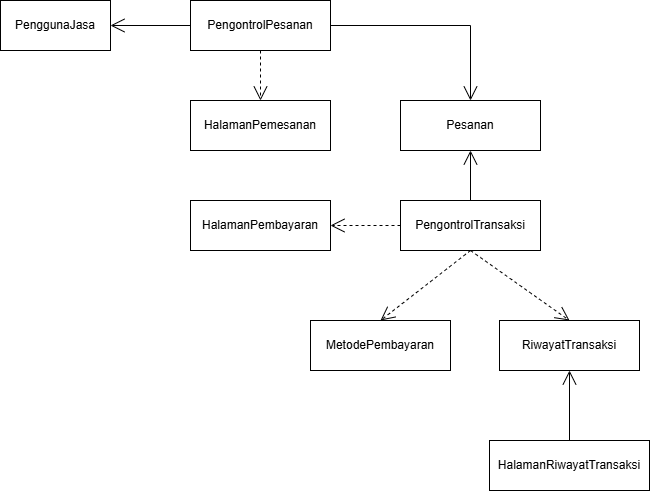
The draw.io diagram docs/M4/assets/diagram/UC09.png in EdwTorch/IF2150-RPL-K01-G03, before a commit. Source tidied: cells renumbered, new cells last; positions are measured from the earlier drawing's top-left corner, leaving out a move shared by most shapes. Source of this version:
```xml
<mxGraphModel>
  <root>
    <mxCell id="0" />
    <mxCell id="1" parent="0" />
    <mxCell id="2" value="PenggunaJasa" style="html=1;whiteSpace=wrap;" parent="1" vertex="1">
      <mxGeometry width="110" height="50" as="geometry" />
    </mxCell>
    <mxCell id="3" value="HalamanPemesanan" style="html=1;whiteSpace=wrap;" parent="1" vertex="1">
      <mxGeometry x="190" y="100" width="140" height="50" as="geometry" />
    </mxCell>
    <mxCell id="4" value="HalamanPembayaran" style="html=1;whiteSpace=wrap;" parent="1" vertex="1">
      <mxGeometry x="190" y="200" width="140" height="50" as="geometry" />
    </mxCell>
    <mxCell id="5" value="PengontrolPesanan" style="html=1;whiteSpace=wrap;" parent="1" vertex="1">
      <mxGeometry x="190" width="140" height="50" as="geometry" />
    </mxCell>
    <mxCell id="6" value="Pesanan" style="html=1;whiteSpace=wrap;" parent="1" vertex="1">
      <mxGeometry x="400" y="100" width="140" height="50" as="geometry" />
    </mxCell>
    <mxCell id="7" value="MetodePembayaran" style="html=1;whiteSpace=wrap;" parent="1" vertex="1">
      <mxGeometry x="310" y="320" width="140" height="50" as="geometry" />
    </mxCell>
    <mxCell id="8" value="RiwayatTransaksi" style="html=1;whiteSpace=wrap;" parent="1" vertex="1">
      <mxGeometry x="499" y="320" width="140" height="50" as="geometry" />
    </mxCell>
    <mxCell id="9" value="HalamanRiwayatTransaksi" style="html=1;whiteSpace=wrap;" parent="1" vertex="1">
      <mxGeometry x="489" y="440" width="160" height="50" as="geometry" />
    </mxCell>
    <mxCell id="10" value="PengontrolTransaksi" style="html=1;whiteSpace=wrap;" parent="1" vertex="1">
      <mxGeometry x="400" y="200" width="140" height="50" as="geometry" />
    </mxCell>
    <mxCell id="11" style="endArrow=open;endFill=1;endSize=12;html=1;rounded=0;exitX=1;exitY=0.5;exitDx=0;exitDy=0;entryX=0.5;entryY=0;entryDx=0;entryDy=0;" parent="1" edge="1" source="5" target="6">
      <mxGeometry relative="1" as="geometry">
        <Array as="points">
          <mxPoint x="470" y="25" />
        </Array>
      </mxGeometry>
    </mxCell>
    <mxCell id="12" style="endArrow=open;endFill=1;endSize=12;html=1;rounded=0;entryX=0.5;entryY=1;entryDx=0;entryDy=0;exitX=0.5;exitY=0;exitDx=0;exitDy=0;" parent="1" edge="1" source="10" target="6">
      <mxGeometry relative="1" as="geometry" />
    </mxCell>
    <mxCell id="13" style="endArrow=open;endFill=1;endSize=12;html=1;rounded=0;entryX=0.5;entryY=1;entryDx=0;entryDy=0;exitX=0.5;exitY=0;exitDx=0;exitDy=0;" parent="1" edge="1" source="9" target="8">
      <mxGeometry relative="1" as="geometry" />
    </mxCell>
    <mxCell id="14" style="endArrow=open;endSize=12;dashed=1;html=1;rounded=0;entryX=0.5;entryY=0;entryDx=0;entryDy=0;exitX=0.5;exitY=1;exitDx=0;exitDy=0;" parent="1" edge="1" source="10" target="7">
      <mxGeometry relative="1" as="geometry" />
    </mxCell>
    <mxCell id="15" style="endArrow=open;endSize=12;dashed=1;html=1;rounded=0;entryX=0.5;entryY=0;entryDx=0;entryDy=0;exitX=0.5;exitY=1;exitDx=0;exitDy=0;" parent="1" edge="1" source="10" target="8">
      <mxGeometry relative="1" as="geometry" />
    </mxCell>
    <mxCell id="16" style="endArrow=open;endFill=1;endSize=12;html=1;rounded=0;entryX=1;entryY=0.5;entryDx=0;entryDy=0;exitX=0;exitY=0.5;exitDx=0;exitDy=0;" parent="1" edge="1" source="5" target="2">
      <mxGeometry relative="1" as="geometry" />
    </mxCell>
    <mxCell id="17" style="endArrow=open;endSize=12;dashed=1;html=1;rounded=0;entryX=0.5;entryY=0;entryDx=0;entryDy=0;exitX=0.5;exitY=1;exitDx=0;exitDy=0;" parent="1" edge="1" source="5" target="3">
      <mxGeometry relative="1" as="geometry" />
    </mxCell>
    <mxCell id="18" style="endArrow=open;endSize=12;dashed=1;html=1;rounded=0;entryX=1;entryY=0.5;entryDx=0;entryDy=0;exitX=0;exitY=0.5;exitDx=0;exitDy=0;" parent="1" edge="1" source="10" target="4">
      <mxGeometry relative="1" as="geometry" />
    </mxCell>
  </root>
</mxGraphModel>
```
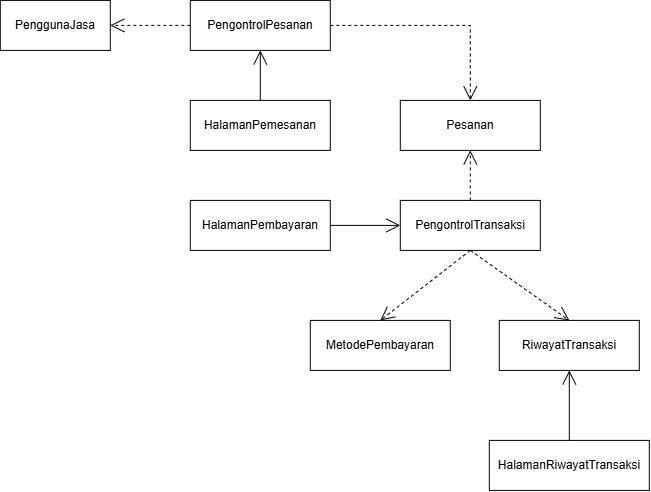
After the commit.

Change to the diagram source:
```diff
@@ -29,14 +29,14 @@
     <mxCell id="10" value="PengontrolTransaksi" style="html=1;whiteSpace=wrap;" parent="1" vertex="1">
       <mxGeometry x="400" y="200" width="140" height="50" as="geometry" />
     </mxCell>
-    <mxCell id="11" style="endArrow=open;endFill=1;endSize=12;html=1;rounded=0;exitX=1;exitY=0.5;exitDx=0;exitDy=0;entryX=0.5;entryY=0;entryDx=0;entryDy=0;" parent="1" edge="1" source="5" target="6">
+    <mxCell id="11" style="endArrow=open;endFill=1;endSize=12;html=1;rounded=0;exitX=1;exitY=0.5;exitDx=0;exitDy=0;entryX=0.5;entryY=0;entryDx=0;entryDy=0;dashed=1;" parent="1" edge="1" source="5" target="6">
       <mxGeometry relative="1" as="geometry">
         <Array as="points">
           <mxPoint x="470" y="25" />
         </Array>
       </mxGeometry>
     </mxCell>
-    <mxCell id="12" style="endArrow=open;endFill=1;endSize=12;html=1;rounded=0;entryX=0.5;entryY=1;entryDx=0;entryDy=0;exitX=0.5;exitY=0;exitDx=0;exitDy=0;" parent="1" edge="1" source="10" target="6">
+    <mxCell id="12" style="endArrow=open;endFill=1;endSize=12;html=1;rounded=0;entryX=0.5;entryY=1;entryDx=0;entryDy=0;exitX=0.5;exitY=0;exitDx=0;exitDy=0;dashed=1;" parent="1" edge="1" source="10" target="6">
       <mxGeometry relative="1" as="geometry" />
     </mxCell>
     <mxCell id="13" style="endArrow=open;endFill=1;endSize=12;html=1;rounded=0;entryX=0.5;entryY=1;entryDx=0;entryDy=0;exitX=0.5;exitY=0;exitDx=0;exitDy=0;" parent="1" edge="1" source="9" target="8">
@@ -48,13 +48,13 @@
     <mxCell id="15" style="endArrow=open;endSize=12;dashed=1;html=1;rounded=0;entryX=0.5;entryY=0;entryDx=0;entryDy=0;exitX=0.5;exitY=1;exitDx=0;exitDy=0;" parent="1" edge="1" source="10" target="8">
       <mxGeometry relative="1" as="geometry" />
     </mxCell>
-    <mxCell id="16" style="endArrow=open;endFill=1;endSize=12;html=1;rounded=0;entryX=1;entryY=0.5;entryDx=0;entryDy=0;exitX=0;exitY=0.5;exitDx=0;exitDy=0;" parent="1" edge="1" source="5" target="2">
+    <mxCell id="16" style="endArrow=open;endFill=1;endSize=12;html=1;rounded=0;entryX=1;entryY=0.5;entryDx=0;entryDy=0;exitX=0;exitY=0.5;exitDx=0;exitDy=0;dashed=1;" parent="1" edge="1" source="5" target="2">
       <mxGeometry relative="1" as="geometry" />
     </mxCell>
-    <mxCell id="17" style="endArrow=open;endSize=12;dashed=1;html=1;rounded=0;entryX=0.5;entryY=0;entryDx=0;entryDy=0;exitX=0.5;exitY=1;exitDx=0;exitDy=0;" parent="1" edge="1" source="5" target="3">
+    <mxCell id="17" style="endArrow=open;endSize=12;html=1;rounded=0;entryX=0.5;entryY=1;entryDx=0;entryDy=0;exitX=0.5;exitY=0;exitDx=0;exitDy=0;" parent="1" edge="1" source="3" target="5">
       <mxGeometry relative="1" as="geometry" />
     </mxCell>
-    <mxCell id="18" style="endArrow=open;endSize=12;dashed=1;html=1;rounded=0;entryX=1;entryY=0.5;entryDx=0;entryDy=0;exitX=0;exitY=0.5;exitDx=0;exitDy=0;" parent="1" edge="1" source="10" target="4">
+    <mxCell id="18" style="endArrow=open;endSize=12;html=1;rounded=0;entryX=0;entryY=0.5;entryDx=0;entryDy=0;exitX=1;exitY=0.5;exitDx=0;exitDy=0;" parent="1" edge="1" source="4" target="10">
       <mxGeometry relative="1" as="geometry" />
     </mxCell>
   </root>
```
